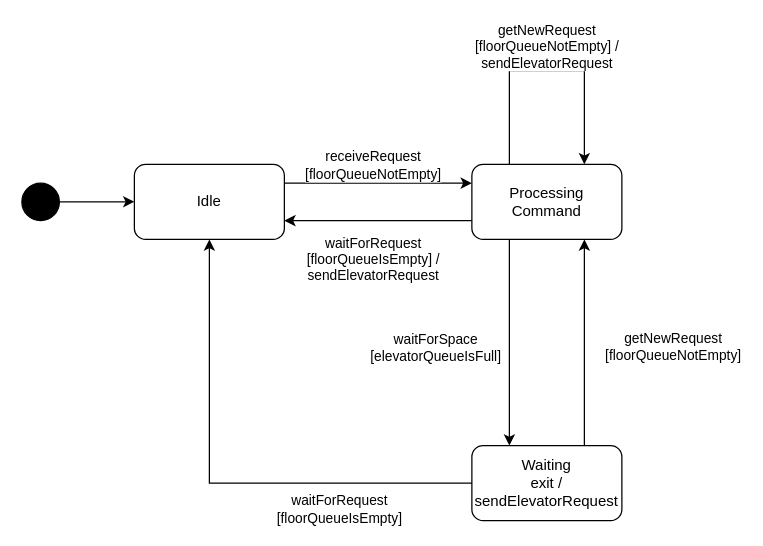
The draw.io diagram SchedulerStateMachineDiagram.drawio in Sgt-Roukoz/SYSC3303-Project, before the edit. Source tidied: cells renumbered, new cells numbered last; positions are measured from the earlier drawing's top-left corner, leaving out a move shared by most shapes. Both pictures are drawn from the tidied source at 125%, with x=0, y=0 at pixel (21, 70).
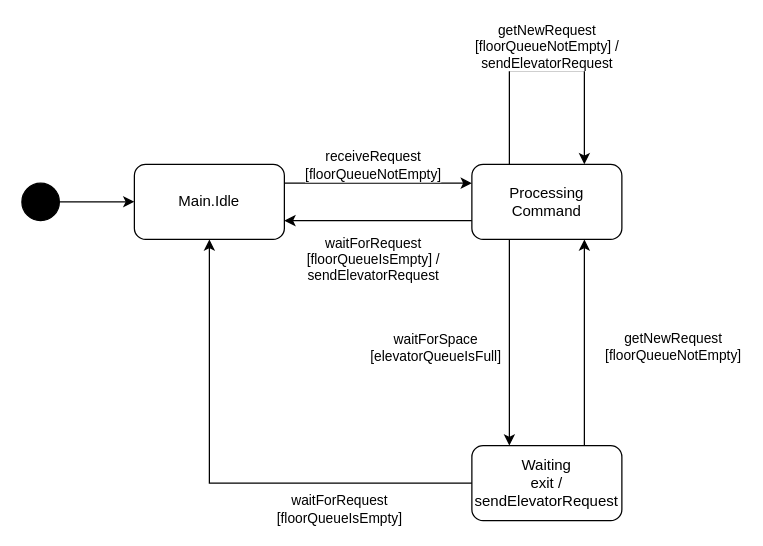
After the change.

Change to the diagram source:
```diff
@@
-    <mxCell id="4" value="Idle" style="rounded=1;whiteSpace=wrap;html=1;" parent="1" vertex="1">
+    <mxCell id="4" value="Main.Idle" style="rounded=1;whiteSpace=wrap;html=1;" parent="1" vertex="1">
       <mxGeometry x="90" y="75" width="120" height="60" as="geometry" />
     </mxCell>
```
